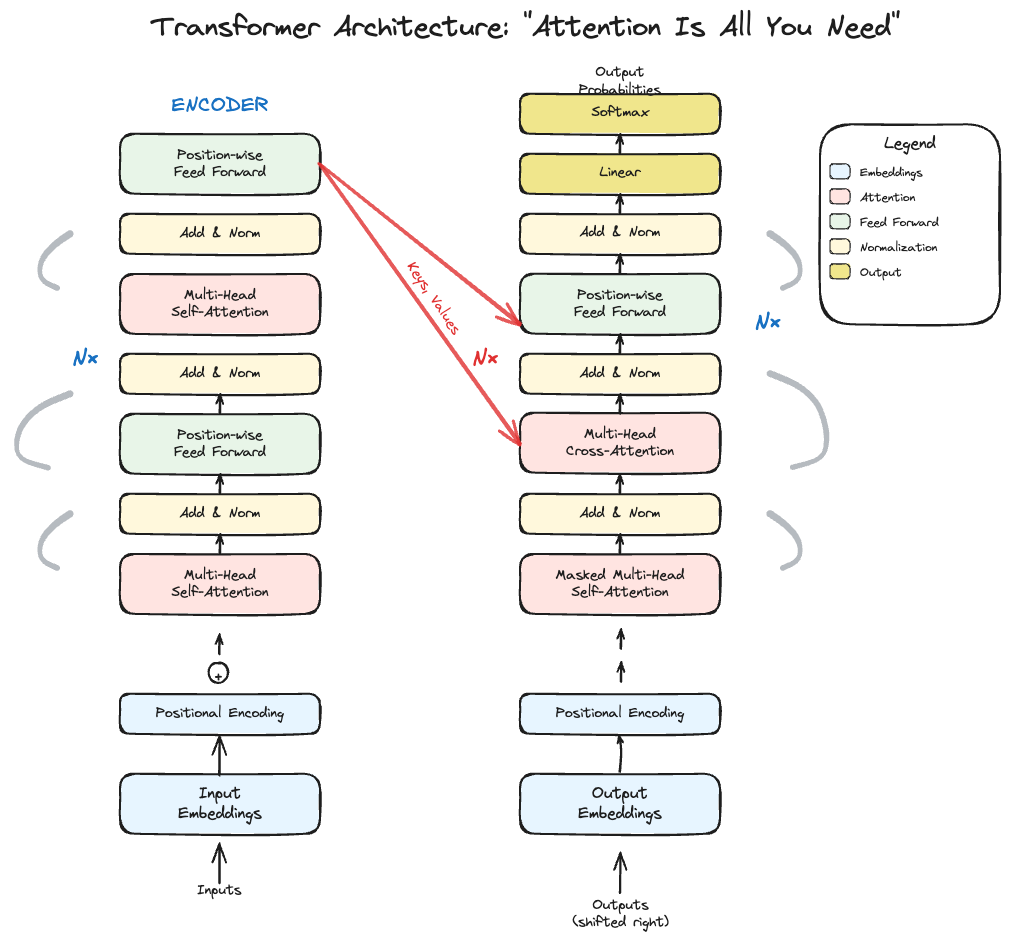
Above: notes/machine-learning-book/2_transformers/transformer_architecture_excalidraw.excalidraw.png in Slyracoon23/blog (Excalidraw), before the change. Source tidied: one line per element, renumbered; positions are measured from the earlier drawing's top-left corner, leaving out a move shared by most shapes. Source of this version:
```json
{"id": 0, "type": "text", "text": "Transformer Architecture: \"Attention Is All You Need\"", "strokeColor": "#1e1e1e", "strokeWidth": 1, "roughness": 1, "fontSize": 28, "fontFamily": 1, "textAlign": "center", "x": 142, "y": 0, "width": 749, "height": 35}
{"id": 1, "type": "text", "text": "ENCODER", "strokeColor": "#1971c2", "strokeWidth": 1, "roughness": 1, "fontSize": 20, "fontFamily": 1, "textAlign": "center", "x": 160, "y": 84, "width": 100, "height": 25}
{"id": 2, "type": "text", "text": "DECODER", "strokeColor": "#e03131", "strokeWidth": 1, "roughness": 1, "fontSize": 20, "fontFamily": 1, "textAlign": "center", "x": 560, "y": 84, "width": 100, "height": 25}
{"id": 3, "type": "rectangle", "strokeColor": "#1e1e1e", "backgroundColor": "#e7f5ff", "fillStyle": "solid", "strokeWidth": 2, "roughness": 1, "round": true, "x": 110, "y": 764, "width": 200, "height": 60}
{"id": 4, "type": "text", "text": "Input\nEmbeddings", "strokeColor": "#1e1e1e", "strokeWidth": 1, "roughness": 1, "fontSize": 16, "fontFamily": 1, "textAlign": "center", "verticalAlign": "middle", "inside": 3, "x": 168, "y": 774, "width": 84, "height": 40}
{"id": 5, "type": "rectangle", "strokeColor": "#1e1e1e", "backgroundColor": "#e7f5ff", "fillStyle": "solid", "strokeWidth": 2, "roughness": 1, "round": true, "x": 110, "y": 684, "width": 200, "height": 40}
{"id": 6, "type": "text", "text": "Positional Encoding", "strokeColor": "#1e1e1e", "strokeWidth": 1, "roughness": 1, "fontSize": 14, "fontFamily": 1, "textAlign": "center", "verticalAlign": "middle", "inside": 5, "x": 146, "y": 695, "width": 128, "height": 18}
{"id": 7, "type": "ellipse", "strokeColor": "#1e1e1e", "backgroundColor": "#fff", "fillStyle": "solid", "strokeWidth": 2, "roughness": 1, "x": 198, "y": 653, "width": 20, "height": 20}
{"id": 8, "type": "text", "text": "+", "strokeColor": "#1e1e1e", "strokeWidth": 1, "roughness": 1, "fontSize": 16, "fontFamily": 1, "textAlign": "center", "verticalAlign": "middle", "inside": 7, "x": 203, "y": 658, "width": 10, "height": 10}
{"id": 9, "type": "rectangle", "strokeColor": "#1e1e1e", "backgroundColor": "#ffe4e1", "fillStyle": "solid", "strokeWidth": 2, "roughness": 1, "round": true, "x": 110, "y": 544, "width": 200, "height": 60}
{"id": 10, "type": "text", "text": "Multi-Head\nSelf-Attention", "strokeColor": "#1e1e1e", "strokeWidth": 1, "roughness": 1, "fontSize": 14, "fontFamily": 1, "textAlign": "center", "verticalAlign": "middle", "inside": 9, "x": 162, "y": 556, "width": 97, "height": 35}
{"id": 11, "type": "rectangle", "strokeColor": "#1e1e1e", "backgroundColor": "#fff8dc", "fillStyle": "solid", "strokeWidth": 2, "roughness": 1, "round": true, "x": 110, "y": 484, "width": 200, "height": 40}
{"id": 12, "type": "text", "text": "Add & Norm", "strokeColor": "#1e1e1e", "strokeWidth": 1, "roughness": 1, "fontSize": 14, "fontFamily": 1, "textAlign": "center", "verticalAlign": "middle", "inside": 11, "x": 170, "y": 495, "width": 81, "height": 18}
{"id": 13, "type": "rectangle", "strokeColor": "#1e1e1e", "backgroundColor": "#e8f5e8", "fillStyle": "solid", "strokeWidth": 2, "roughness": 1, "round": true, "x": 110, "y": 404, "width": 200, "height": 60}
{"id": 14, "type": "text", "text": "Position-wise\nFeed Forward", "strokeColor": "#1e1e1e", "strokeWidth": 1, "roughness": 1, "fontSize": 14, "fontFamily": 1, "textAlign": "center", "verticalAlign": "middle", "inside": 13, "x": 164, "y": 416, "width": 92, "height": 35}
{"id": 15, "type": "rectangle", "strokeColor": "#1e1e1e", "backgroundColor": "#fff8dc", "fillStyle": "solid", "strokeWidth": 2, "roughness": 1, "round": true, "x": 110, "y": 344, "width": 200, "height": 40}
{"id": 16, "type": "text", "text": "Add & Norm", "strokeColor": "#1e1e1e", "strokeWidth": 1, "roughness": 1, "fontSize": 14, "fontFamily": 1, "textAlign": "center", "verticalAlign": "middle", "inside": 15, "x": 170, "y": 355, "width": 81, "height": 18}
{"id": 17, "type": "rectangle", "strokeColor": "#1e1e1e", "backgroundColor": "#ffe4e1", "fillStyle": "solid", "strokeWidth": 2, "roughness": 1, "round": true, "x": 110, "y": 264, "width": 200, "height": 60}
{"id": 18, "type": "text", "text": "Multi-Head\nSelf-Attention", "strokeColor": "#1e1e1e", "strokeWidth": 1, "roughness": 1, "fontSize": 14, "fontFamily": 1, "textAlign": "center", "verticalAlign": "middle", "inside": 17, "x": 162, "y": 276, "width": 97, "height": 35}
{"id": 19, "type": "rectangle", "strokeColor": "#1e1e1e", "backgroundColor": "#fff8dc", "fillStyle": "solid", "strokeWidth": 2, "roughness": 1, "round": true, "x": 110, "y": 204, "width": 200, "height": 40}
{"id": 20, "type": "text", "text": "Add & Norm", "strokeColor": "#1e1e1e", "strokeWidth": 1, "roughness": 1, "fontSize": 14, "fontFamily": 1, "textAlign": "center", "verticalAlign": "middle", "inside": 19, "x": 170, "y": 215, "width": 81, "height": 18}
{"id": 21, "type": "rectangle", "strokeColor": "#1e1e1e", "backgroundColor": "#e8f5e8", "fillStyle": "solid", "strokeWidth": 2, "roughness": 1, "round": true, "x": 110, "y": 124, "width": 200, "height": 60}
{"id": 22, "type": "text", "text": "Position-wise\nFeed Forward", "strokeColor": "#1e1e1e", "strokeWidth": 1, "roughness": 1, "fontSize": 14, "fontFamily": 1, "textAlign": "center", "verticalAlign": "middle", "inside": 21, "x": 164, "y": 136, "width": 92, "height": 35}
{"id": 23, "type": "rectangle", "strokeColor": "#1e1e1e", "backgroundColor": "#e7f5ff", "fillStyle": "solid", "strokeWidth": 2, "roughness": 1, "round": true, "x": 510, "y": 764, "width": 200, "height": 60}
{"id": 24, "type": "text", "text": "Output\nEmbeddings", "strokeColor": "#1e1e1e", "strokeWidth": 1, "roughness": 1, "fontSize": 16, "fontFamily": 1, "textAlign": "center", "verticalAlign": "middle", "inside": 23, "x": 568, "y": 774, "width": 84, "height": 40}
{"id": 25, "type": "rectangle", "strokeColor": "#1e1e1e", "backgroundColor": "#e7f5ff", "fillStyle": "solid", "strokeWidth": 2, "roughness": 1, "round": true, "x": 510, "y": 684, "width": 200, "height": 40}
{"id": 26, "type": "text", "text": "Positional Encoding", "strokeColor": "#1e1e1e", "strokeWidth": 1, "roughness": 1, "fontSize": 14, "fontFamily": 1, "textAlign": "center", "verticalAlign": "middle", "inside": 25, "x": 546, "y": 695, "width": 128, "height": 18}
{"id": 27, "type": "rectangle", "strokeColor": "#1e1e1e", "backgroundColor": "#ffe4e1", "fillStyle": "solid", "strokeWidth": 2, "roughness": 1, "round": true, "x": 510, "y": 544, "width": 200, "height": 60}
{"id": 28, "type": "text", "text": "Masked Multi-Head\nSelf-Attention", "strokeColor": "#1e1e1e", "strokeWidth": 1, "roughness": 1, "fontSize": 14, "fontFamily": 1, "textAlign": "center", "verticalAlign": "middle", "inside": 27, "x": 546, "y": 556, "width": 129, "height": 35}
{"id": 29, "type": "rectangle", "strokeColor": "#1e1e1e", "backgroundColor": "#fff8dc", "fillStyle": "solid", "strokeWidth": 2, "roughness": 1, "round": true, "x": 510, "y": 484, "width": 200, "height": 40}
{"id": 30, "type": "text", "text": "Add & Norm", "strokeColor": "#1e1e1e", "strokeWidth": 1, "roughness": 1, "fontSize": 14, "fontFamily": 1, "textAlign": "center", "verticalAlign": "middle", "inside": 29, "x": 570, "y": 495, "width": 81, "height": 18}
{"id": 31, "type": "rectangle", "strokeColor": "#1e1e1e", "backgroundColor": "#ffe4e1", "fillStyle": "solid", "strokeWidth": 2, "roughness": 1, "round": true, "x": 510, "y": 403, "width": 200, "height": 60}
{"id": 32, "type": "text", "text": "Multi-Head\nCross-Attention", "strokeColor": "#1e1e1e", "strokeWidth": 1, "roughness": 1, "fontSize": 14, "fontFamily": 1, "textAlign": "center", "verticalAlign": "middle", "inside": 31, "x": 556, "y": 415, "width": 108, "height": 35}
{"id": 33, "type": "rectangle", "strokeColor": "#1e1e1e", "backgroundColor": "#fff8dc", "fillStyle": "solid", "strokeWidth": 2, "roughness": 1, "round": true, "x": 510, "y": 344, "width": 200, "height": 40}
{"id": 34, "type": "text", "text": "Add & Norm", "strokeColor": "#1e1e1e", "strokeWidth": 1, "roughness": 1, "fontSize": 14, "fontFamily": 1, "textAlign": "center", "verticalAlign": "middle", "inside": 33, "x": 570, "y": 355, "width": 81, "height": 18}
{"id": 35, "type": "rectangle", "strokeColor": "#1e1e1e", "backgroundColor": "#e8f5e8", "fillStyle": "solid", "strokeWidth": 2, "roughness": 1, "round": true, "x": 510, "y": 264, "width": 200, "height": 60}
{"id": 36, "type": "text", "text": "Position-wise\nFeed Forward", "strokeColor": "#1e1e1e", "strokeWidth": 1, "roughness": 1, "fontSize": 14, "fontFamily": 1, "textAlign": "center", "verticalAlign": "middle", "inside": 35, "x": 564, "y": 276, "width": 92, "height": 35}
{"id": 37, "type": "rectangle", "strokeColor": "#1e1e1e", "backgroundColor": "#fff8dc", "fillStyle": "solid", "strokeWidth": 2, "roughness": 1, "round": true, "x": 510, "y": 204, "width": 200, "height": 40}
{"id": 38, "type": "text", "text": "Add & Norm", "strokeColor": "#1e1e1e", "strokeWidth": 1, "roughness": 1, "fontSize": 14, "fontFamily": 1, "textAlign": "center", "verticalAlign": "middle", "inside": 37, "x": 580, "y": 214, "width": 60, "height": 20}
{"id": 39, "type": "rectangle", "strokeColor": "#1e1e1e", "backgroundColor": "#f0e68c", "fillStyle": "solid", "strokeWidth": 2, "roughness": 1, "round": true, "x": 510, "y": 144, "width": 200, "height": 40}
{"id": 40, "type": "text", "text": "Linear", "strokeColor": "#1e1e1e", "strokeWidth": 1, "roughness": 1, "fontSize": 14, "fontFamily": 1, "textAlign": "center", "verticalAlign": "middle", "inside": 39, "x": 580, "y": 154, "width": 60, "height": 20}
{"id": 41, "type": "rectangle", "strokeColor": "#1e1e1e", "backgroundColor": "#f0e68c", "fillStyle": "solid", "strokeWidth": 2, "roughness": 1, "round": true, "x": 510, "y": 84, "width": 200, "height": 40}
{"id": 42, "type": "text", "text": "Softmax", "strokeColor": "#1e1e1e", "strokeWidth": 1, "roughness": 1, "fontSize": 14, "fontFamily": 1, "textAlign": "center", "verticalAlign": "middle", "inside": 41, "x": 580, "y": 94, "width": 60, "height": 20}
{"id": 43, "type": "text", "text": "Output\nProbabilities", "strokeColor": "#1e1e1e", "strokeWidth": 1, "roughness": 1, "fontSize": 14, "fontFamily": 1, "textAlign": "center", "x": 560, "y": 54, "width": 100, "height": 25}
{"id": 44, "type": "text", "text": "Inputs", "strokeColor": "#1e1e1e", "strokeWidth": 1, "roughness": 1, "fontSize": 14, "fontFamily": 1, "textAlign": "center", "x": 179, "y": 871, "width": 60, "height": 20}
{"id": 45, "type": "text", "text": "Outputs\n(shifted right)", "strokeColor": "#1e1e1e", "strokeWidth": 1, "roughness": 1, "fontSize": 14, "fontFamily": 1, "textAlign": "center", "x": 562, "y": 887, "width": 96, "height": 35}
{"id": 46, "type": "text", "text": "N×", "strokeColor": "#1971c2", "strokeWidth": 1, "roughness": 1, "fontSize": 24, "fontFamily": 1, "textAlign": "center", "verticalAlign": "middle", "x": 60, "y": 334, "width": 30, "height": 60}
{"id": 47, "type": "text", "text": "N×", "strokeColor": "#e03131", "strokeWidth": 1, "roughness": 1, "fontSize": 24, "fontFamily": 1, "textAlign": "center", "verticalAlign": "middle", "x": 460, "y": 334, "width": 30, "height": 60}
{"id": 48, "type": "arrow", "strokeColor": "#1e1e1e", "angle": 6.28, "strokeWidth": 2, "roughness": 1, "endArrowhead": "arrow", "round": true, "x": 209, "y": 873, "width": 0, "height": 40, "points": [[0, 0], [0, -40]]}
{"id": 49, "type": "arrow", "strokeColor": "#1e1e1e", "strokeWidth": 2, "roughness": 1, "endArrowhead": "arrow", "round": true, "x": 210, "y": 765, "width": 0, "height": 40, "points": [[0, 0], [0, -40]]}
{"id": 50, "type": "arrow", "strokeColor": "#1e1e1e", "strokeWidth": 2, "roughness": 1, "endArrowhead": "arrow", "round": true, "x": 209, "y": 644, "width": 0, "height": 20, "points": [[0, 0], [0, -20]]}
{"id": 51, "type": "arrow", "strokeColor": "#1e1e1e", "strokeWidth": 2, "roughness": 1, "endArrowhead": "arrow", "round": true, "x": 210, "y": 544, "width": 0, "height": 20, "points": [[0, 0], [0, -20]]}
{"id": 52, "type": "arrow", "strokeColor": "#1e1e1e", "strokeWidth": 2, "roughness": 1, "endArrowhead": "arrow", "round": true, "x": 210, "y": 484, "width": 0, "height": 20, "points": [[0, 0], [0, -20]]}
{"id": 53, "type": "arrow", "strokeColor": "#1e1e1e", "strokeWidth": 2, "roughness": 1, "endArrowhead": "arrow", "round": true, "x": 210, "y": 404, "width": 0, "height": 20, "points": [[0, 0], [0, -20]]}
{"id": 54, "type": "arrow", "strokeColor": "#1e1e1e", "strokeWidth": 2, "roughness": 1, "endArrowhead": "arrow", "round": true, "x": 610, "y": 883, "width": 0, "height": 40, "points": [[0, 0], [0, -4], [0, -40]]}
{"id": 55, "type": "arrow", "strokeColor": "#1e1e1e", "strokeWidth": 2, "roughness": 1, "endArrowhead": "arrow", "round": true, "from": 23, "to": 25, "x": 610, "y": 762, "width": 2, "height": 37, "points": [[0, 0], [1, -21], [-1, -37]]}
{"id": 56, "type": "arrow", "strokeColor": "#1e1e1e", "strokeWidth": 2, "roughness": 1, "endArrowhead": "arrow", "round": true, "x": 611, "y": 672, "width": 0, "height": 20, "points": [[0, 0], [0, -20]]}
{"id": 57, "type": "arrow", "strokeColor": "#1e1e1e", "strokeWidth": 2, "roughness": 1, "endArrowhead": "arrow", "round": true, "x": 611, "y": 639, "width": 0, "height": 20, "points": [[0, 0], [0, -20]]}
{"id": 58, "type": "arrow", "strokeColor": "#1e1e1e", "strokeWidth": 2, "roughness": 1, "endArrowhead": "arrow", "round": true, "x": 610, "y": 544, "width": 0, "height": 20, "points": [[0, 0], [0, -20]]}
{"id": 59, "type": "arrow", "strokeColor": "#1e1e1e", "strokeWidth": 2, "roughness": 1, "endArrowhead": "arrow", "round": true, "x": 610, "y": 484, "width": 0, "height": 20, "points": [[0, 0], [0, -20]]}
{"id": 60, "type": "arrow", "strokeColor": "#1e1e1e", "strokeWidth": 2, "roughness": 1, "endArrowhead": "arrow", "round": true, "x": 610, "y": 404, "width": 0, "height": 20, "points": [[0, 0], [0, -20]]}
{"id": 61, "type": "arrow", "strokeColor": "#1e1e1e", "strokeWidth": 2, "roughness": 1, "endArrowhead": "arrow", "round": true, "x": 610, "y": 344, "width": 0, "height": 20, "points": [[0, 0], [0, -20]]}
{"id": 62, "type": "arrow", "strokeColor": "#1e1e1e", "strokeWidth": 2, "roughness": 1, "endArrowhead": "arrow", "round": true, "x": 610, "y": 264, "width": 0, "height": 20, "points": [[0, 0], [0, -20]]}
{"id": 63, "type": "arrow", "strokeColor": "#1e1e1e", "strokeWidth": 2, "roughness": 1, "endArrowhead": "arrow", "round": true, "x": 610, "y": 204, "width": 0, "height": 20, "points": [[0, 0], [0, -20]]}
{"id": 64, "type": "arrow", "strokeColor": "#1e1e1e", "strokeWidth": 2, "roughness": 1, "endArrowhead": "arrow", "round": true, "x": 610, "y": 144, "width": 0, "height": 20, "points": [[0, 0], [0, -20]]}
{"id": 65, "type": "arrow", "strokeColor": "#e03131", "strokeWidth": 3, "roughness": 1, "opacity": 80, "endArrowhead": "arrow", "round": true, "x": 310, "y": 154, "width": 200, "height": 280, "points": [[0, 0], [200, 280]]}
{"id": 66, "type": "arrow", "strokeColor": "#e03131", "strokeWidth": 3, "roughness": 1, "opacity": 80, "endArrowhead": "arrow", "round": true, "x": 310, "y": 154, "width": 200, "height": 160, "points": [[0, 0], [200, 160]]}
{"id": 67, "type": "text", "text": "Keys, Values", "strokeColor": "#e03131", "angle": 0.97, "strokeWidth": 1, "roughness": 1, "fontSize": 14, "fontFamily": 1, "textAlign": "center", "x": 383, "y": 279, "width": 80, "height": 20}
{"id": 68, "type": "freedraw", "strokeColor": "#868e96", "strokeWidth": 2, "roughness": 1, "opacity": 60, "x": 60, "y": 504, "width": 100, "height": 60, "points": [[0, 0], [-30, 20], [-40, 40], [-30, 60], [0, 60]]}
{"id": 69, "type": "freedraw", "strokeColor": "#868e96", "strokeWidth": 2, "roughness": 1, "opacity": 60, "x": 60, "y": 384, "width": 100, "height": 80, "points": [[0, 0], [-50, 20], [-60, 40], [-60, 60], [-50, 80], [0, 80]]}
{"id": 70, "type": "freedraw", "strokeColor": "#868e96", "strokeWidth": 2, "roughness": 1, "opacity": 60, "x": 60, "y": 224, "width": 100, "height": 60, "points": [[0, 0], [-30, 20], [-40, 40], [-30, 60], [0, 60]]}
{"id": 71, "type": "freedraw", "strokeColor": "#868e96", "strokeWidth": 2, "roughness": 1, "opacity": 60, "x": 760, "y": 504, "width": 100, "height": 60, "points": [[0, 0], [30, 20], [40, 40], [30, 60], [0, 60]]}
{"id": 72, "type": "freedraw", "strokeColor": "#868e96", "strokeWidth": 2, "roughness": 1, "opacity": 60, "x": 760, "y": 364, "width": 100, "height": 100, "points": [[0, 0], [50, 20], [60, 40], [60, 60], [60, 80], [50, 100], [0, 100]]}
{"id": 73, "type": "freedraw", "strokeColor": "#868e96", "strokeWidth": 2, "roughness": 1, "opacity": 60, "x": 760, "y": 224, "width": 100, "height": 60, "points": [[0, 0], [30, 20], [40, 40], [30, 60], [0, 60]]}
{"id": 74, "type": "rectangle", "strokeColor": "#1e1e1e", "backgroundColor": "#fff", "fillStyle": "solid", "strokeWidth": 2, "roughness": 1, "round": true, "x": 810, "y": 114, "width": 180, "height": 200}
{"id": 75, "type": "text", "text": "Legend", "strokeColor": "#1e1e1e", "strokeWidth": 1, "roughness": 1, "fontSize": 16, "fontFamily": 1, "textAlign": "center", "x": 880, "y": 124, "width": 40, "height": 20}
{"id": 76, "type": "rectangle", "strokeColor": "#1e1e1e", "backgroundColor": "#e7f5ff", "fillStyle": "solid", "strokeWidth": 1, "roughness": 1, "round": true, "x": 820, "y": 154, "width": 20, "height": 15}
{"id": 77, "type": "text", "text": "Embeddings", "strokeColor": "#1e1e1e", "strokeWidth": 1, "roughness": 1, "fontSize": 12, "fontFamily": 1, "x": 850, "y": 156, "width": 80, "height": 12}
{"id": 78, "type": "rectangle", "strokeColor": "#1e1e1e", "backgroundColor": "#ffe4e1", "fillStyle": "solid", "strokeWidth": 1, "roughness": 1, "round": true, "x": 820, "y": 179, "width": 20, "height": 15}
{"id": 79, "type": "text", "text": "Attention", "strokeColor": "#1e1e1e", "strokeWidth": 1, "roughness": 1, "fontSize": 12, "fontFamily": 1, "x": 850, "y": 181, "width": 80, "height": 12}
{"id": 80, "type": "rectangle", "strokeColor": "#1e1e1e", "backgroundColor": "#e8f5e8", "fillStyle": "solid", "strokeWidth": 1, "roughness": 1, "round": true, "x": 820, "y": 204, "width": 20, "height": 15}
{"id": 81, "type": "text", "text": "Feed Forward", "strokeColor": "#1e1e1e", "strokeWidth": 1, "roughness": 1, "fontSize": 12, "fontFamily": 1, "x": 850, "y": 206, "width": 80, "height": 12}
{"id": 82, "type": "rectangle", "strokeColor": "#1e1e1e", "backgroundColor": "#fff8dc", "fillStyle": "solid", "strokeWidth": 1, "roughness": 1, "round": true, "x": 820, "y": 229, "width": 20, "height": 15}
{"id": 83, "type": "text", "text": "Normalization", "strokeColor": "#1e1e1e", "strokeWidth": 1, "roughness": 1, "fontSize": 12, "fontFamily": 1, "x": 850, "y": 231, "width": 80, "height": 12}
{"id": 84, "type": "rectangle", "strokeColor": "#1e1e1e", "backgroundColor": "#f0e68c", "fillStyle": "solid", "strokeWidth": 1, "roughness": 1, "round": true, "x": 820, "y": 254, "width": 20, "height": 15}
{"id": 85, "type": "text", "text": "Output", "strokeColor": "#1e1e1e", "strokeWidth": 1, "roughness": 1, "fontSize": 12, "fontFamily": 1, "x": 850, "y": 256, "width": 80, "height": 12}
{"id": 86, "type": "text", "text": "N×", "strokeColor": "#1971c2", "strokeWidth": 1, "roughness": 1, "fontSize": 24, "fontFamily": 1, "textAlign": "center", "verticalAlign": "middle", "x": 743, "y": 298, "width": 30, "height": 60}
```
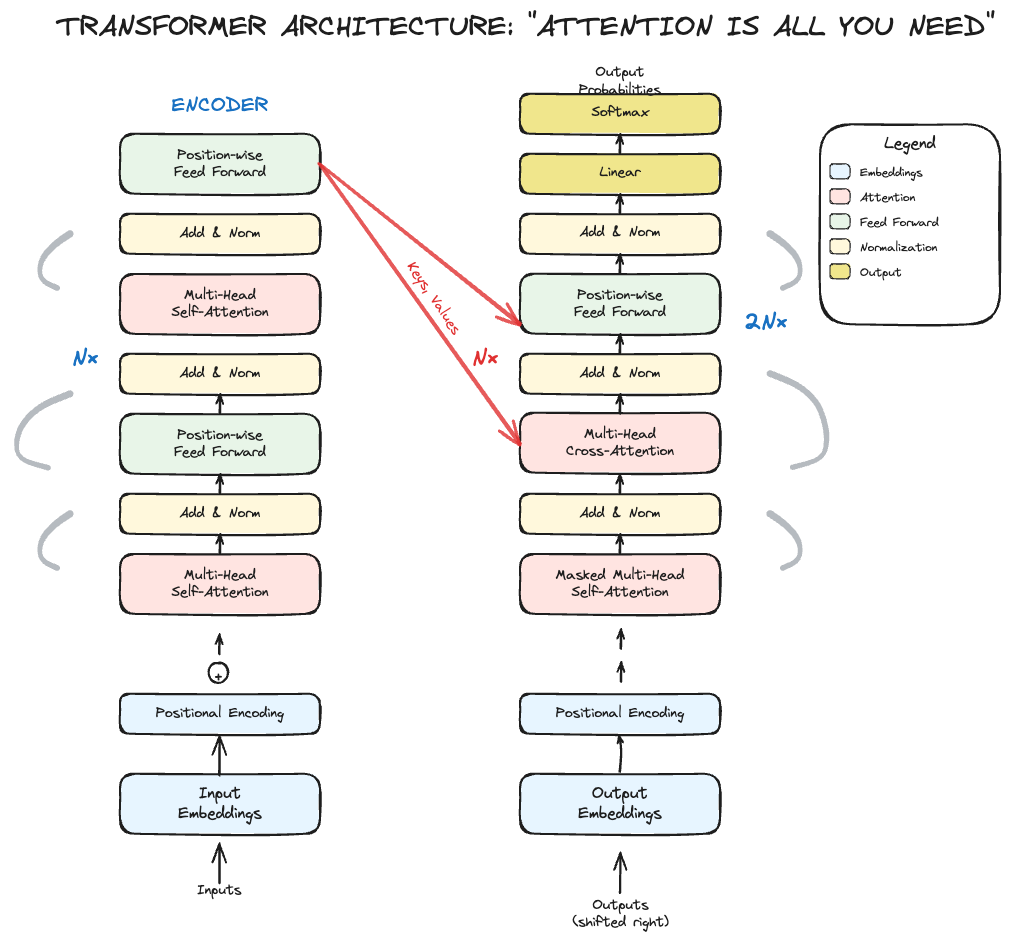
Later version of the same file.

Diff of the diagram source:
```diff
@@ -1,4 +1,4 @@
-{"id": 0, "type": "text", "text": "Transformer Architecture: \"Attention Is All You Need\"", "strokeColor": "#1e1e1e", "strokeWidth": 1, "roughness": 1, "fontSize": 28, "fontFamily": 1, "textAlign": "center", "x": 142, "y": 0, "width": 749, "height": 35}
+{"id": 0, "type": "text", "text": "TRANSFORMER ARCHITECTURE: \"ATTENTION IS ALL YOU NEED\"", "strokeColor": "#1e1e1e", "strokeWidth": 1, "roughness": 1, "fontSize": 28, "fontFamily": 1, "textAlign": "center", "x": 142, "y": 0, "width": 749, "height": 35}
 {"id": 1, "type": "text", "text": "ENCODER", "strokeColor": "#1971c2", "strokeWidth": 1, "roughness": 1, "fontSize": 20, "fontFamily": 1, "textAlign": "center", "x": 160, "y": 84, "width": 100, "height": 25}
 {"id": 2, "type": "text", "text": "DECODER", "strokeColor": "#e03131", "strokeWidth": 1, "roughness": 1, "fontSize": 20, "fontFamily": 1, "textAlign": "center", "x": 560, "y": 84, "width": 100, "height": 25}
 {"id": 3, "type": "rectangle", "strokeColor": "#1e1e1e", "backgroundColor": "#e7f5ff", "fillStyle": "solid", "strokeWidth": 2, "roughness": 1, "round": true, "x": 110, "y": 764, "width": 200, "height": 60}
@@ -84,4 +84,4 @@
 {"id": 83, "type": "text", "text": "Normalization", "strokeColor": "#1e1e1e", "strokeWidth": 1, "roughness": 1, "fontSize": 12, "fontFamily": 1, "x": 850, "y": 231, "width": 80, "height": 12}
 {"id": 84, "type": "rectangle", "strokeColor": "#1e1e1e", "backgroundColor": "#f0e68c", "fillStyle": "solid", "strokeWidth": 1, "roughness": 1, "round": true, "x": 820, "y": 254, "width": 20, "height": 15}
 {"id": 85, "type": "text", "text": "Output", "strokeColor": "#1e1e1e", "strokeWidth": 1, "roughness": 1, "fontSize": 12, "fontFamily": 1, "x": 850, "y": 256, "width": 80, "height": 12}
-{"id": 86, "type": "text", "text": "N×", "strokeColor": "#1971c2", "strokeWidth": 1, "roughness": 1, "fontSize": 24, "fontFamily": 1, "textAlign": "center", "verticalAlign": "middle", "x": 743, "y": 298, "width": 30, "height": 60}
+{"id": 86, "type": "text", "text": "2N×", "strokeColor": "#1971c2", "strokeWidth": 1, "roughness": 1, "fontSize": 24, "fontFamily": 1, "textAlign": "center", "verticalAlign": "middle", "x": 734, "y": 298, "width": 43, "height": 30}
```
